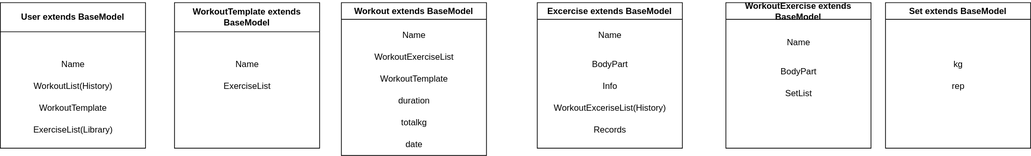
Earlier version of the draw.io export workout-tracker-diagram.svg (hburaks/workout-tracker-app-backend). Source tidied: cells renumbered, new cells last; positions are measured from the earlier drawing's top-left corner, leaving out a move shared by most shapes.
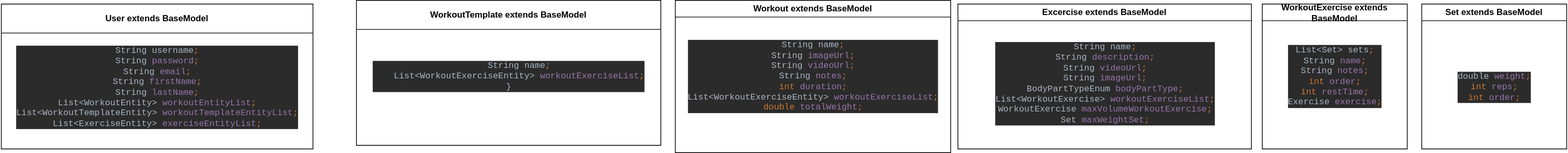
The same file after the commit.

Commit message:
Design the project architecture and create the entities

Change to the diagram source:
```diff
@@ -3,88 +3,40 @@
     <mxCell id="0" />
     <mxCell id="1" parent="0" />
     <mxCell id="2" value="Workout extends BaseModel" style="swimlane;whiteSpace=wrap;html=1;" parent="1" vertex="1">
-      <mxGeometry x="470" width="200" height="210" as="geometry" />
+      <mxGeometry x="190" y="-5" width="380" height="210" as="geometry" />
     </mxCell>
-    <mxCell id="3" value="WorkoutExerciseList" style="text;html=1;align=center;verticalAlign=middle;strokeColor=none;fillColor=none;" parent="2" vertex="1">
-      <mxGeometry x="35" y="60" width="130" height="30" as="geometry" />
-    </mxCell>
-    <mxCell id="4" value="Name" style="text;html=1;align=center;verticalAlign=middle;strokeColor=none;fillColor=none;" parent="2" vertex="1">
-      <mxGeometry x="70" y="30" width="60" height="30" as="geometry" />
+    <mxCell id="4" value="&lt;div style=&quot;background-color:#2b2b2b;color:#a9b7c6&quot;&gt;&lt;pre style=&quot;font-family:'JetBrains Mono',monospace;font-size:9,8pt;&quot;&gt;String name&lt;span style=&quot;color:#cc7832;&quot;&gt;;&lt;br&gt;&lt;/span&gt;String &lt;span style=&quot;color:#9876aa;&quot;&gt;imageUrl&lt;/span&gt;&lt;span style=&quot;color:#cc7832;&quot;&gt;;&lt;br&gt;&lt;/span&gt;String &lt;span style=&quot;color:#9876aa;&quot;&gt;videoUrl&lt;/span&gt;&lt;span style=&quot;color:#cc7832;&quot;&gt;;&lt;br&gt;&lt;/span&gt;String &lt;span style=&quot;color:#9876aa;&quot;&gt;notes&lt;/span&gt;&lt;span style=&quot;color:#cc7832;&quot;&gt;;&lt;br&gt;&lt;/span&gt;&lt;span style=&quot;color:#cc7832;&quot;&gt;int &lt;/span&gt;&lt;span style=&quot;color:#9876aa;&quot;&gt;duration&lt;/span&gt;&lt;span style=&quot;color:#cc7832;&quot;&gt;;&lt;br&gt;&lt;/span&gt;List&amp;lt;WorkoutExerciseEntity&amp;gt; &lt;span style=&quot;color:#9876aa;&quot;&gt;workoutExerciseList&lt;/span&gt;&lt;span style=&quot;color:#cc7832;&quot;&gt;;&lt;br&gt;&lt;/span&gt;&lt;span style=&quot;color:#cc7832;&quot;&gt;double &lt;/span&gt;&lt;span style=&quot;color:#9876aa;&quot;&gt;totalWeight&lt;/span&gt;&lt;span style=&quot;color:#cc7832;&quot;&gt;;&lt;/span&gt;&lt;/pre&gt;&lt;/div&gt;" style="text;html=1;align=center;verticalAlign=middle;strokeColor=none;fillColor=none;" parent="2" vertex="1">
+      <mxGeometry x="5" y="35" width="370" height="140" as="geometry" />
     </mxCell>
-    <mxCell id="5" value="WorkoutTemplate" style="text;html=1;align=center;verticalAlign=middle;strokeColor=none;fillColor=none;" parent="2" vertex="1">
-      <mxGeometry x="40" y="90" width="120" height="30" as="geometry" />
-    </mxCell>
-    <mxCell id="6" value="totalkg" style="text;html=1;align=center;verticalAlign=middle;strokeColor=none;fillColor=none;" parent="2" vertex="1">
-      <mxGeometry x="70" y="150" width="60" height="30" as="geometry" />
-    </mxCell>
-    <mxCell id="7" value="duration" style="text;html=1;align=center;verticalAlign=middle;strokeColor=none;fillColor=none;" parent="2" vertex="1">
-      <mxGeometry x="65" y="120" width="70" height="30" as="geometry" />
-    </mxCell>
-    <mxCell id="8" value="date" style="text;html=1;align=center;verticalAlign=middle;strokeColor=none;fillColor=none;" parent="2" vertex="1">
-      <mxGeometry x="75" y="180" width="50" height="30" as="geometry" />
-    </mxCell>
     <mxCell id="9" value="WorkoutExercise extends BaseModel" style="swimlane;whiteSpace=wrap;html=1;" parent="1" vertex="1">
       <mxGeometry x="1000" width="200" height="200" as="geometry" />
     </mxCell>
-    <mxCell id="10" value="Name" style="text;html=1;align=center;verticalAlign=middle;strokeColor=none;fillColor=none;" parent="9" vertex="1">
-      <mxGeometry x="70" y="40" width="60" height="30" as="geometry" />
+    <mxCell id="10" value="&lt;div style=&quot;background-color:#2b2b2b;color:#a9b7c6&quot;&gt;&lt;pre style=&quot;font-family:'JetBrains Mono',monospace;font-size:9,8pt;&quot;&gt;List&amp;lt;Set&amp;gt; sets&lt;span style=&quot;color:#cc7832;&quot;&gt;;&lt;br&gt;&lt;/span&gt;String &lt;span style=&quot;color:#9876aa;&quot;&gt;name&lt;/span&gt;&lt;span style=&quot;color:#cc7832;&quot;&gt;;&lt;br&gt;&lt;/span&gt;String &lt;span style=&quot;color:#9876aa;&quot;&gt;notes&lt;/span&gt;&lt;span style=&quot;color:#cc7832;&quot;&gt;;&lt;br&gt;&lt;/span&gt;&lt;span style=&quot;color:#cc7832;&quot;&gt;int &lt;/span&gt;&lt;span style=&quot;color:#9876aa;&quot;&gt;order&lt;/span&gt;&lt;span style=&quot;color:#cc7832;&quot;&gt;;&lt;br&gt;&lt;/span&gt;&lt;span style=&quot;color:#cc7832;&quot;&gt;int &lt;/span&gt;&lt;span style=&quot;color:#9876aa;&quot;&gt;restTime&lt;/span&gt;&lt;span style=&quot;color:#cc7832;&quot;&gt;;&lt;br&gt;&lt;/span&gt;Exercise &lt;span style=&quot;color:#9876aa;&quot;&gt;exercise&lt;/span&gt;&lt;span style=&quot;color:#cc7832;&quot;&gt;;&lt;/span&gt;&lt;/pre&gt;&lt;/div&gt;" style="text;html=1;align=center;verticalAlign=middle;strokeColor=none;fillColor=none;" parent="9" vertex="1">
+      <mxGeometry x="25" y="40" width="150" height="120" as="geometry" />
     </mxCell>
-    <mxCell id="11" value="BodyPart" style="text;html=1;align=center;verticalAlign=middle;strokeColor=none;fillColor=none;" parent="9" vertex="1">
-      <mxGeometry x="65" y="80" width="70" height="30" as="geometry" />
-    </mxCell>
-    <mxCell id="12" value="SetList" style="text;html=1;align=center;verticalAlign=middle;strokeColor=none;fillColor=none;" parent="9" vertex="1">
-      <mxGeometry x="70" y="110" width="60" height="30" as="geometry" />
-    </mxCell>
     <mxCell id="13" value="WorkoutTemplate extends BaseModel" style="swimlane;whiteSpace=wrap;html=1;startSize=40;" parent="1" vertex="1">
-      <mxGeometry x="240" width="200" height="200" as="geometry" />
+      <mxGeometry x="-250" y="-5" width="420" height="200" as="geometry" />
     </mxCell>
-    <mxCell id="14" value="ExerciseList" style="text;html=1;align=center;verticalAlign=middle;strokeColor=none;fillColor=none;" parent="13" vertex="1">
-      <mxGeometry x="55" y="100" width="90" height="30" as="geometry" />
-    </mxCell>
-    <mxCell id="15" value="Name" style="text;html=1;align=center;verticalAlign=middle;strokeColor=none;fillColor=none;" parent="13" vertex="1">
-      <mxGeometry x="70" y="70" width="60" height="30" as="geometry" />
+    <mxCell id="15" value="&lt;div style=&quot;background-color:#2b2b2b;color:#a9b7c6&quot;&gt;&lt;pre style=&quot;font-family:'JetBrains Mono',monospace;font-size:9,8pt;&quot;&gt;    String name&lt;span style=&quot;color:#cc7832;&quot;&gt;;&lt;br&gt;&lt;/span&gt;&lt;span style=&quot;color:#cc7832;&quot;&gt;    &lt;/span&gt;List&amp;lt;WorkoutExerciseEntity&amp;gt; &lt;span style=&quot;color:#9876aa;&quot;&gt;workoutExerciseList&lt;/span&gt;&lt;span style=&quot;color:#cc7832;&quot;&gt;;&lt;br&gt;&lt;/span&gt;}&lt;/pre&gt;&lt;/div&gt;" style="text;html=1;align=center;verticalAlign=middle;strokeColor=none;fillColor=none;" parent="13" vertex="1">
+      <mxGeometry x="10" y="65" width="400" height="80" as="geometry" />
     </mxCell>
     <mxCell id="16" value="User extends BaseModel" style="swimlane;whiteSpace=wrap;html=1;startSize=40;" parent="1" vertex="1">
-      <mxGeometry width="200" height="200" as="geometry" />
+      <mxGeometry x="-740" width="430" height="200" as="geometry" />
     </mxCell>
-    <mxCell id="17" value="Name" style="text;html=1;align=center;verticalAlign=middle;strokeColor=none;fillColor=none;" parent="16" vertex="1">
-      <mxGeometry x="70" y="70" width="60" height="30" as="geometry" />
+    <mxCell id="17" value="&lt;div style=&quot;background-color:#2b2b2b;color:#a9b7c6&quot;&gt;&lt;pre style=&quot;font-family:'JetBrains Mono',monospace;font-size:9,8pt;&quot;&gt;String username&lt;span style=&quot;color:#cc7832;&quot;&gt;;&lt;br&gt;&lt;/span&gt;String &lt;span style=&quot;color:#9876aa;&quot;&gt;password&lt;/span&gt;&lt;span style=&quot;color:#cc7832;&quot;&gt;;&lt;br&gt;&lt;/span&gt;String &lt;span style=&quot;color:#9876aa;&quot;&gt;email&lt;/span&gt;&lt;span style=&quot;color:#cc7832;&quot;&gt;;&lt;br&gt;&lt;/span&gt;String &lt;span style=&quot;color:#9876aa;&quot;&gt;firstName&lt;/span&gt;&lt;span style=&quot;color:#cc7832;&quot;&gt;;&lt;br&gt;&lt;/span&gt;String &lt;span style=&quot;color:#9876aa;&quot;&gt;lastName&lt;/span&gt;&lt;span style=&quot;color:#cc7832;&quot;&gt;;&lt;br&gt;&lt;/span&gt;List&amp;lt;WorkoutEntity&amp;gt; &lt;span style=&quot;color:#9876aa;&quot;&gt;workoutEntityList&lt;/span&gt;&lt;span style=&quot;color:#cc7832;&quot;&gt;;&lt;br&gt;&lt;/span&gt;List&amp;lt;WorkoutTemplateEntity&amp;gt; &lt;span style=&quot;color:#9876aa;&quot;&gt;workoutTemplateEntityList&lt;/span&gt;&lt;span style=&quot;color:#cc7832;&quot;&gt;;&lt;br&gt;&lt;/span&gt;List&amp;lt;ExerciseEntity&amp;gt; &lt;span style=&quot;color:#9876aa;&quot;&gt;exerciseEntityList&lt;/span&gt;&lt;span style=&quot;color:#cc7832;&quot;&gt;;&lt;/span&gt;&lt;/pre&gt;&lt;/div&gt;" style="text;html=1;align=center;verticalAlign=middle;strokeColor=none;fillColor=none;" parent="16" vertex="1">
+      <mxGeometry x="10" y="40" width="410" height="150" as="geometry" />
     </mxCell>
-    <mxCell id="18" value="WorkoutList(History)" style="text;html=1;align=center;verticalAlign=middle;strokeColor=none;fillColor=none;" parent="16" vertex="1">
-      <mxGeometry x="35" y="100" width="130" height="30" as="geometry" />
-    </mxCell>
-    <mxCell id="19" value="WorkoutTemplate" style="text;html=1;align=center;verticalAlign=middle;strokeColor=none;fillColor=none;" parent="16" vertex="1">
-      <mxGeometry x="40" y="130" width="120" height="30" as="geometry" />
-    </mxCell>
-    <mxCell id="20" value="ExerciseList(Library)" style="text;html=1;align=center;verticalAlign=middle;strokeColor=none;fillColor=none;" parent="16" vertex="1">
-      <mxGeometry x="35" y="160" width="130" height="30" as="geometry" />
-    </mxCell>
     <mxCell id="21" value="Excercise extends BaseModel" style="swimlane;whiteSpace=wrap;html=1;" parent="1" vertex="1">
-      <mxGeometry x="740" width="200" height="200" as="geometry" />
+      <mxGeometry x="580" width="405" height="200" as="geometry" />
     </mxCell>
-    <mxCell id="22" value="Name" style="text;html=1;align=center;verticalAlign=middle;strokeColor=none;fillColor=none;" parent="21" vertex="1">
-      <mxGeometry x="70" y="30" width="60" height="30" as="geometry" />
+    <mxCell id="22" value="&lt;div style=&quot;background-color:#2b2b2b;color:#a9b7c6&quot;&gt;&lt;pre style=&quot;font-family:'JetBrains Mono',monospace;font-size:9,8pt;&quot;&gt;String name&lt;span style=&quot;color:#cc7832;&quot;&gt;;&lt;br&gt;&lt;/span&gt;String &lt;span style=&quot;color:#9876aa;&quot;&gt;description&lt;/span&gt;&lt;span style=&quot;color:#cc7832;&quot;&gt;;&lt;br&gt;&lt;/span&gt;String &lt;span style=&quot;color:#9876aa;&quot;&gt;videoUrl&lt;/span&gt;&lt;span style=&quot;color:#cc7832;&quot;&gt;;&lt;br&gt;&lt;/span&gt;String &lt;span style=&quot;color:#9876aa;&quot;&gt;imageUrl&lt;/span&gt;&lt;span style=&quot;color:#cc7832;&quot;&gt;;&lt;br&gt;&lt;/span&gt;BodyPartTypeEnum &lt;span style=&quot;color:#9876aa;&quot;&gt;bodyPartType&lt;/span&gt;&lt;span style=&quot;color:#cc7832;&quot;&gt;;&lt;br&gt;&lt;/span&gt;List&amp;lt;WorkoutExercise&amp;gt; &lt;span style=&quot;color:#9876aa;&quot;&gt;workoutExerciseList&lt;/span&gt;&lt;span style=&quot;color:#cc7832;&quot;&gt;;&lt;br&gt;&lt;/span&gt;WorkoutExercise &lt;span style=&quot;color:#9876aa;&quot;&gt;maxVolumeWorkoutExercise&lt;/span&gt;&lt;span style=&quot;color:#cc7832;&quot;&gt;;&lt;br&gt;&lt;/span&gt;Set &lt;span style=&quot;color:#9876aa;&quot;&gt;maxWeightSet&lt;/span&gt;&lt;span style=&quot;color:#cc7832;&quot;&gt;;&lt;/span&gt;&lt;/pre&gt;&lt;/div&gt;" style="text;html=1;align=center;verticalAlign=middle;strokeColor=none;fillColor=none;" parent="21" vertex="1">
+      <mxGeometry x="37.5" y="35" width="330" height="150" as="geometry" />
     </mxCell>
-    <mxCell id="23" value="BodyPart" style="text;html=1;align=center;verticalAlign=middle;strokeColor=none;fillColor=none;" parent="21" vertex="1">
-      <mxGeometry x="65" y="70" width="70" height="30" as="geometry" />
-    </mxCell>
-    <mxCell id="24" value="Info" style="text;html=1;align=center;verticalAlign=middle;strokeColor=none;fillColor=none;" parent="21" vertex="1">
-      <mxGeometry x="80" y="100" width="40" height="30" as="geometry" />
-    </mxCell>
-    <mxCell id="25" value="WorkoutExceriseList(History)" style="text;html=1;align=center;verticalAlign=middle;strokeColor=none;fillColor=none;" parent="21" vertex="1">
-      <mxGeometry x="10" y="130" width="180" height="30" as="geometry" />
-    </mxCell>
-    <mxCell id="26" value="Records" style="text;html=1;align=center;verticalAlign=middle;strokeColor=none;fillColor=none;" parent="21" vertex="1">
-      <mxGeometry x="65" y="160" width="70" height="30" as="geometry" />
-    </mxCell>
     <mxCell id="27" value="Set extends BaseModel" style="swimlane;whiteSpace=wrap;html=1;" parent="1" vertex="1">
       <mxGeometry x="1220" width="200" height="200" as="geometry" />
     </mxCell>
-    <mxCell id="28" value="kg" style="text;html=1;align=center;verticalAlign=middle;strokeColor=none;fillColor=none;" parent="27" vertex="1">
-      <mxGeometry x="80" y="70" width="40" height="30" as="geometry" />
-    </mxCell>
-    <mxCell id="29" value="rep" style="text;html=1;align=center;verticalAlign=middle;strokeColor=none;fillColor=none;" parent="27" vertex="1">
-      <mxGeometry x="80" y="100" width="40" height="30" as="geometry" />
+    <mxCell id="29" value="&lt;div style=&quot;background-color:#2b2b2b;color:#a9b7c6&quot;&gt;&lt;pre style=&quot;font-family:'JetBrains Mono',monospace;font-size:9,8pt;&quot;&gt;double &lt;span style=&quot;color:#9876aa;&quot;&gt;weight&lt;/span&gt;&lt;span style=&quot;color:#cc7832;&quot;&gt;;&lt;br&gt;&lt;/span&gt;&lt;span style=&quot;color:#cc7832;&quot;&gt;int &lt;/span&gt;&lt;span style=&quot;color:#9876aa;&quot;&gt;reps&lt;/span&gt;&lt;span style=&quot;color:#cc7832;&quot;&gt;;&lt;br&gt;&lt;/span&gt;&lt;span style=&quot;color:#cc7832;&quot;&gt;int &lt;/span&gt;&lt;span style=&quot;color:#9876aa;&quot;&gt;order&lt;/span&gt;&lt;span style=&quot;color:#cc7832;&quot;&gt;;&lt;/span&gt;&lt;br&gt;&lt;/pre&gt;&lt;/div&gt;" style="text;html=1;align=center;verticalAlign=middle;strokeColor=none;fillColor=none;" parent="27" vertex="1">
+      <mxGeometry x="40" y="75" width="120" height="80" as="geometry" />
     </mxCell>
   </root>
 </mxGraphModel>
```
